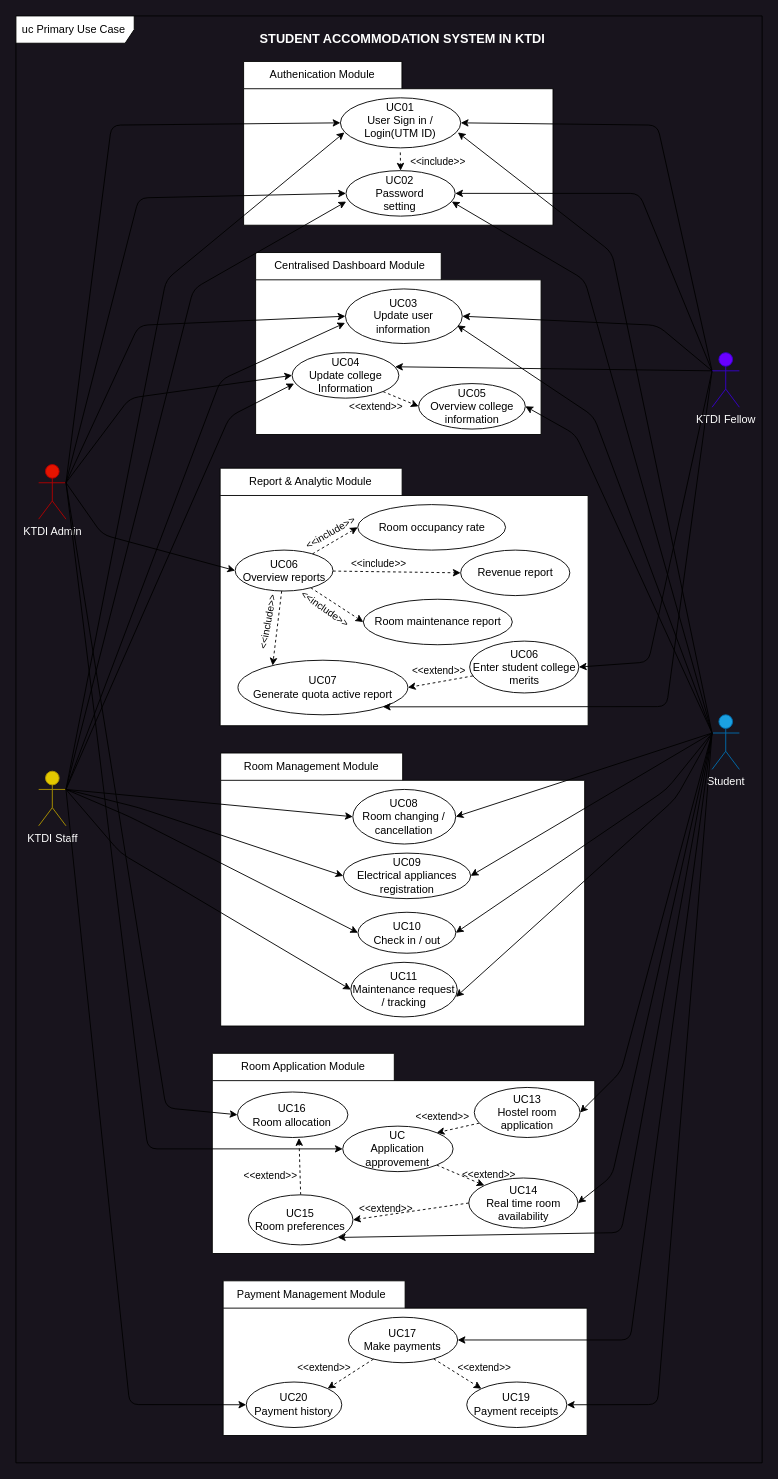
Before: page "use_case" (1 of 3) of project/drawio/stakeholder/UML.drawio in drshahizan/software-engineering, a draw.io diagram. Source tidied: cells renumbered, new cells numbered last; positions are measured from the earlier drawing's top-left corner, leaving out a move shared by most shapes. Both pictures are drawn from the tidied source at 91%, with x=0, y=0 at pixel (15, 15).
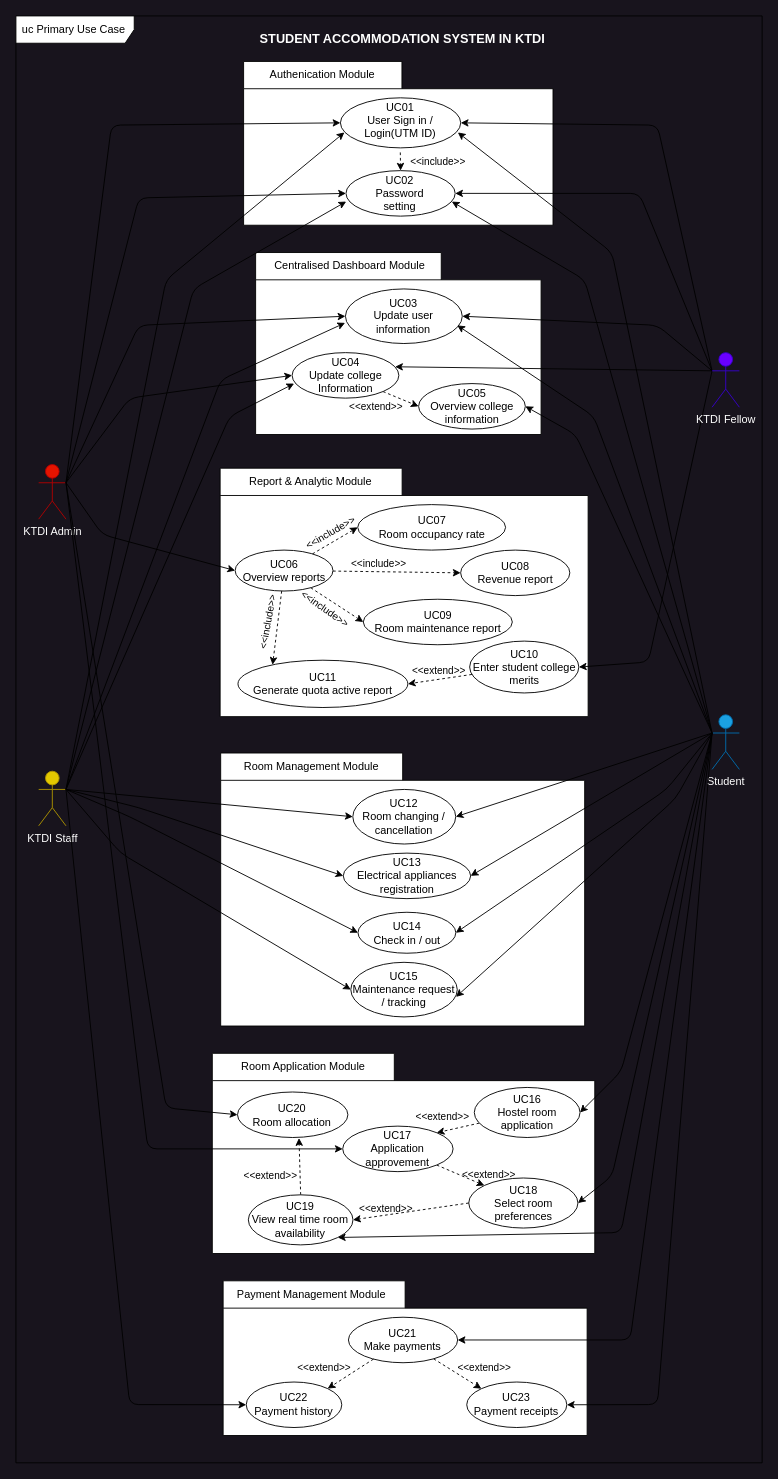
Above is the later version.

Unchanged cells that the change refers to:
```xml
<mxCell id="50" value="KTDI Fellow" style="shape=umlActor;verticalLabelPosition=bottom;verticalAlign=top;html=1;outlineConnect=0;fillColor=#6a00ff;fontColor=#ffffff;strokeColor=#3700CC;" parent="1" vertex="1">
  <mxGeometry x="765" y="370" width="30" height="60" as="geometry" />
</mxCell>
```

Diff of the diagram source:
```diff
@@
     <mxCell id="3" style="shape=folder;fontStyle=1;tabWidth=200;tabHeight=30;tabPosition=left;html=1;boundedLbl=1;" parent="1" vertex="1">
-      <mxGeometry x="224.4" y="497" width="404.4" height="283" as="geometry" />
+      <mxGeometry x="224.4" y="497" width="404.4" height="273" as="geometry" />
     </mxCell>
@@
-    <mxCell id="23" value="UC17&lt;br&gt;Make payments" style="ellipse;whiteSpace=wrap;html=1;fillColor=none;" parent="1" vertex="1">
+    <mxCell id="23" value="UC21&lt;br&gt;Make payments" style="ellipse;whiteSpace=wrap;html=1;fillColor=none;" parent="1" vertex="1">
       <mxGeometry x="365.4" y="1430" width="120" height="50" as="geometry" />
     </mxCell>
-    <mxCell id="24" value="Room occupancy rate" style="ellipse;whiteSpace=wrap;html=1;fillColor=none;" parent="1" vertex="1">
+    <mxCell id="24" value="UC07&lt;br&gt;Room occupancy rate" style="ellipse;whiteSpace=wrap;html=1;fillColor=none;" parent="1" vertex="1">
       <mxGeometry x="375.6" y="537" width="162.5" height="50" as="geometry" />
     </mxCell>
-    <mxCell id="25" value="UC10&lt;br&gt;Check in / out" style="ellipse;whiteSpace=wrap;html=1;" parent="1" vertex="1">
+    <mxCell id="25" value="UC14&lt;br&gt;Check in / out" style="ellipse;whiteSpace=wrap;html=1;" parent="1" vertex="1">
       <mxGeometry x="375.9" y="985" width="107.5" height="45" as="geometry" />
     </mxCell>
-    <mxCell id="26" value="UC19&lt;br&gt;Payment receipts" style="ellipse;whiteSpace=wrap;html=1;fillColor=none;" parent="1" vertex="1">
+    <mxCell id="26" value="UC23&lt;br&gt;Payment receipts" style="ellipse;whiteSpace=wrap;html=1;fillColor=none;" parent="1" vertex="1">
       <mxGeometry x="495.4" y="1501.2" width="110" height="50" as="geometry" />
     </mxCell>
-    <mxCell id="27" value="UC11&lt;br&gt;Maintenance request / tracking" style="ellipse;whiteSpace=wrap;html=1;" parent="1" vertex="1">
+    <mxCell id="27" value="UC15&lt;br&gt;Maintenance request / tracking" style="ellipse;whiteSpace=wrap;html=1;" parent="1" vertex="1">
       <mxGeometry x="368" y="1040" width="117" height="60" as="geometry" />
     </mxCell>
-    <mxCell id="28" value="Room maintenance report" style="ellipse;whiteSpace=wrap;html=1;fillColor=none;" parent="1" vertex="1">
+    <mxCell id="28" value="UC09&lt;br&gt;Room maintenance report" style="ellipse;whiteSpace=wrap;html=1;fillColor=none;" parent="1" vertex="1">
       <mxGeometry x="381.7" y="641" width="163.8" height="50" as="geometry" />
     </mxCell>
-    <mxCell id="29" value="UC20&lt;br&gt;Payment history" style="ellipse;whiteSpace=wrap;html=1;fillColor=none;" parent="1" vertex="1">
+    <mxCell id="29" value="UC22&lt;br&gt;Payment history" style="ellipse;whiteSpace=wrap;html=1;fillColor=none;" parent="1" vertex="1">
       <mxGeometry x="253.1" y="1501.2" width="105" height="50" as="geometry" />
     </mxCell>
-    <mxCell id="30" value="Revenue report" style="ellipse;whiteSpace=wrap;html=1;fillColor=none;" parent="1" vertex="1">
+    <mxCell id="30" value="UC08&lt;br&gt;Revenue report" style="ellipse;whiteSpace=wrap;html=1;fillColor=none;" parent="1" vertex="1">
       <mxGeometry x="488.7" y="587" width="120" height="50" as="geometry" />
     </mxCell>
@@
-    <mxCell id="39" value="UC08&lt;br&gt;Room changing / cancellation" style="ellipse;whiteSpace=wrap;html=1;" parent="1" vertex="1">
+    <mxCell id="39" value="UC12&lt;br&gt;Room changing / cancellation" style="ellipse;whiteSpace=wrap;html=1;" parent="1" vertex="1">
       <mxGeometry x="370.2" y="850" width="113.1" height="60" as="geometry" />
     </mxCell>
-    <mxCell id="40" value="UC09&lt;br&gt;Electrical appliances registration" style="ellipse;whiteSpace=wrap;html=1;" parent="1" vertex="1">
+    <mxCell id="40" value="UC13&lt;br&gt;Electrical appliances registration" style="ellipse;whiteSpace=wrap;html=1;" parent="1" vertex="1">
       <mxGeometry x="359.7" y="920" width="140" height="50" as="geometry" />
     </mxCell>
@@
-    <mxCell id="43" value="UC07&lt;br&gt;Generate quota active report" style="ellipse;whiteSpace=wrap;html=1;fillColor=none;" parent="1" vertex="1">
-      <mxGeometry x="244" y="708" width="186.7" height="60" as="geometry" />
+    <mxCell id="43" value="UC11&lt;br&gt;Generate quota active report" style="ellipse;whiteSpace=wrap;html=1;fillColor=none;" parent="1" vertex="1">
+      <mxGeometry x="244" y="708" width="186.7" height="52" as="geometry" />
     </mxCell>
@@
-    <mxCell id="45" value="UC06&lt;br&gt;Enter student college merits" style="ellipse;whiteSpace=wrap;html=1;fillColor=none;" parent="1" vertex="1">
+    <mxCell id="45" value="UC10&lt;br&gt;Enter student college merits" style="ellipse;whiteSpace=wrap;html=1;fillColor=none;" parent="1" vertex="1">
       <mxGeometry x="498.6" y="687" width="120" height="57" as="geometry" />
     </mxCell>
@@
-    <mxCell id="71" value="UC14&lt;br&gt;Real time room availability" style="ellipse;whiteSpace=wrap;html=1;" parent="1" vertex="1">
+    <mxCell id="71" value="UC18&lt;br&gt;Select room preferences" style="ellipse;whiteSpace=wrap;html=1;" parent="1" vertex="1">
       <mxGeometry x="497.6" y="1277" width="120" height="55" as="geometry" />
     </mxCell>
@@
-    <mxCell id="73" value="UC15&lt;br&gt;Room preferences" style="ellipse;whiteSpace=wrap;html=1;" parent="1" vertex="1">
+    <mxCell id="73" value="UC19&lt;br&gt;View real time room availability" style="ellipse;whiteSpace=wrap;html=1;" parent="1" vertex="1">
       <mxGeometry x="255.4" y="1295.5" width="115" height="55" as="geometry" />
     </mxCell>
-    <mxCell id="74" value="UC16&lt;br&gt;Room allocation" style="ellipse;whiteSpace=wrap;html=1;" parent="1" vertex="1">
+    <mxCell id="74" value="UC20&lt;br&gt;Room allocation" style="ellipse;whiteSpace=wrap;html=1;" parent="1" vertex="1">
       <mxGeometry x="243.5" y="1182.5" width="121.3" height="50" as="geometry" />
     </mxCell>
@@
-    <mxCell id="76" value="UC13&lt;br&gt;Hostel room application" style="ellipse;whiteSpace=wrap;html=1;" parent="1" vertex="1">
+    <mxCell id="76" value="UC16&lt;br&gt;Hostel room application" style="ellipse;whiteSpace=wrap;html=1;" parent="1" vertex="1">
       <mxGeometry x="503.7" y="1177.5" width="116.2" height="55" as="geometry" />
     </mxCell>
@@
-    <mxCell id="101" value="UC&lt;br&gt;Application approvement" style="ellipse;whiteSpace=wrap;html=1;" parent="1" vertex="1">
+    <mxCell id="101" value="UC17&lt;br&gt;Application approvement" style="ellipse;whiteSpace=wrap;html=1;" parent="1" vertex="1">
       <mxGeometry x="359.1" y="1220" width="121.3" height="50" as="geometry" />
     </mxCell>
@@
-    <mxCell id="105" style="edgeStyle=none;html=1;entryX=1;entryY=1;entryDx=0;entryDy=0;exitX=0;exitY=0.3333333333333333;exitDx=0;exitDy=0;exitPerimeter=0;" parent="1" edge="1" source="50" target="43">
-      <mxGeometry relative="1" as="geometry">
-        <Array as="points">
-          <mxPoint x="715" y="759" />
-        </Array>
-      </mxGeometry>
-    </mxCell>
```
